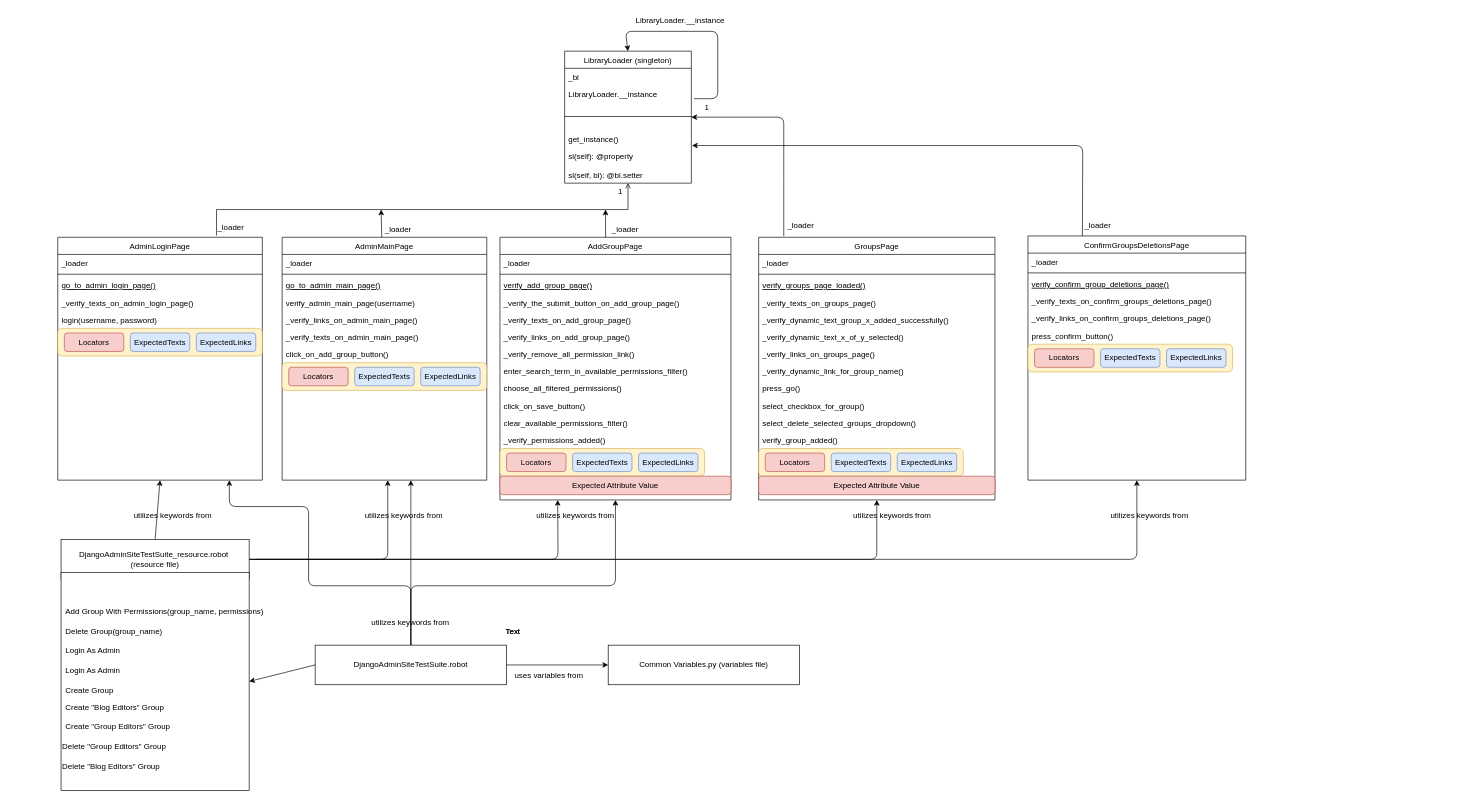
TeddyTeddy/robot-fw-browser-library-tests keeps this draw.io diagram as Uml-Draw.io/DjangoAdminSiteTestSuite.drawio. Above is the earlier version. Source tidied: cells renumbered, new cells numbered last; positions are measured from the earlier drawing's top-left corner, leaving out a move shared by most shapes. Both pictures are drawn from the tidied source at 66%, with x=0, y=0 at pixel (57, 11).
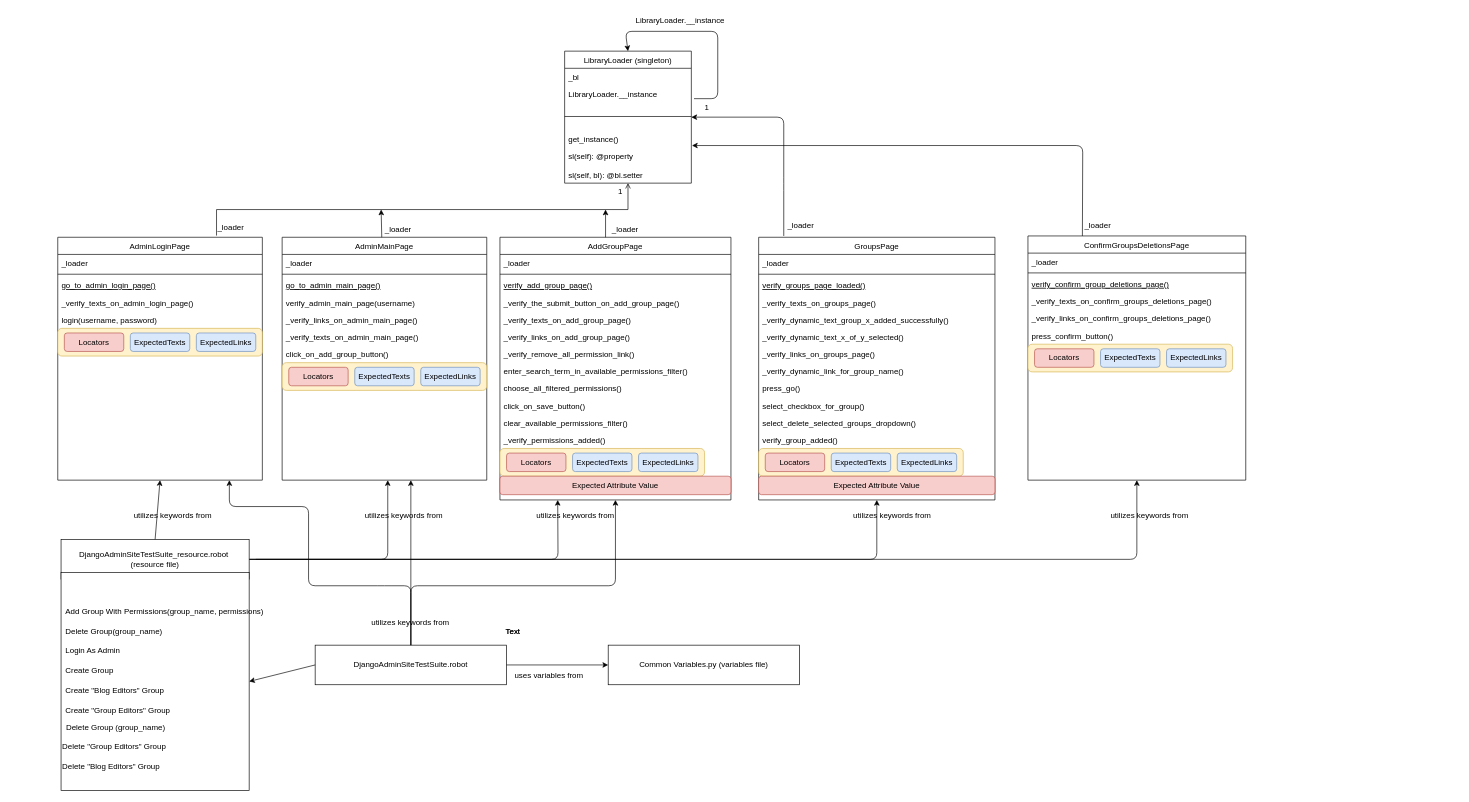
The same page after the edit.

The change refers to these unchanged cells:
```xml
<mxCell id="115" style="group;" parent="1" vertex="1">
  <mxGeometry x="5" y="800" width="285" height="380" as="geometry" />
</mxCell>
```

Diff of the diagram source:
```diff
@@
-    <mxCell id="121" value="Login As Admin" style="text;html=1;" parent="115" vertex="1">
-      <mxGeometry x="5" y="185" width="220" height="30" as="geometry" />
-    </mxCell>
     <mxCell id="122" value="Create Group" style="text;html=1;" parent="115" vertex="1">
-      <mxGeometry x="5" y="215" width="220" height="30" as="geometry" />
+      <mxGeometry x="5" y="185" width="220" height="30" as="geometry" />
     </mxCell>
     <mxCell id="123" value="Create &quot;Blog Editors&quot; Group" style="text;html=1;" parent="115" vertex="1">
-      <mxGeometry x="5" y="240" width="220" height="30" as="geometry" />
+      <mxGeometry x="5" y="215" width="220" height="30" as="geometry" />
     </mxCell>
     <mxCell id="124" value="Create &quot;Group Editors&quot; Group" style="text;html=1;" parent="115" vertex="1">
-      <mxGeometry x="5" y="270" width="220" height="30" as="geometry" />
+      <mxGeometry x="5" y="245" width="220" height="30" as="geometry" />
     </mxCell>
@@
+    <mxCell id="130" value="Delete Group (group_name)" style="text;html=1;strokeColor=none;fillColor=none;align=center;verticalAlign=middle;whiteSpace=wrap;rounded=0;" parent="115" vertex="1">
+      <mxGeometry x="-75" y="275" width="316" height="20" as="geometry" />
+    </mxCell>
```
